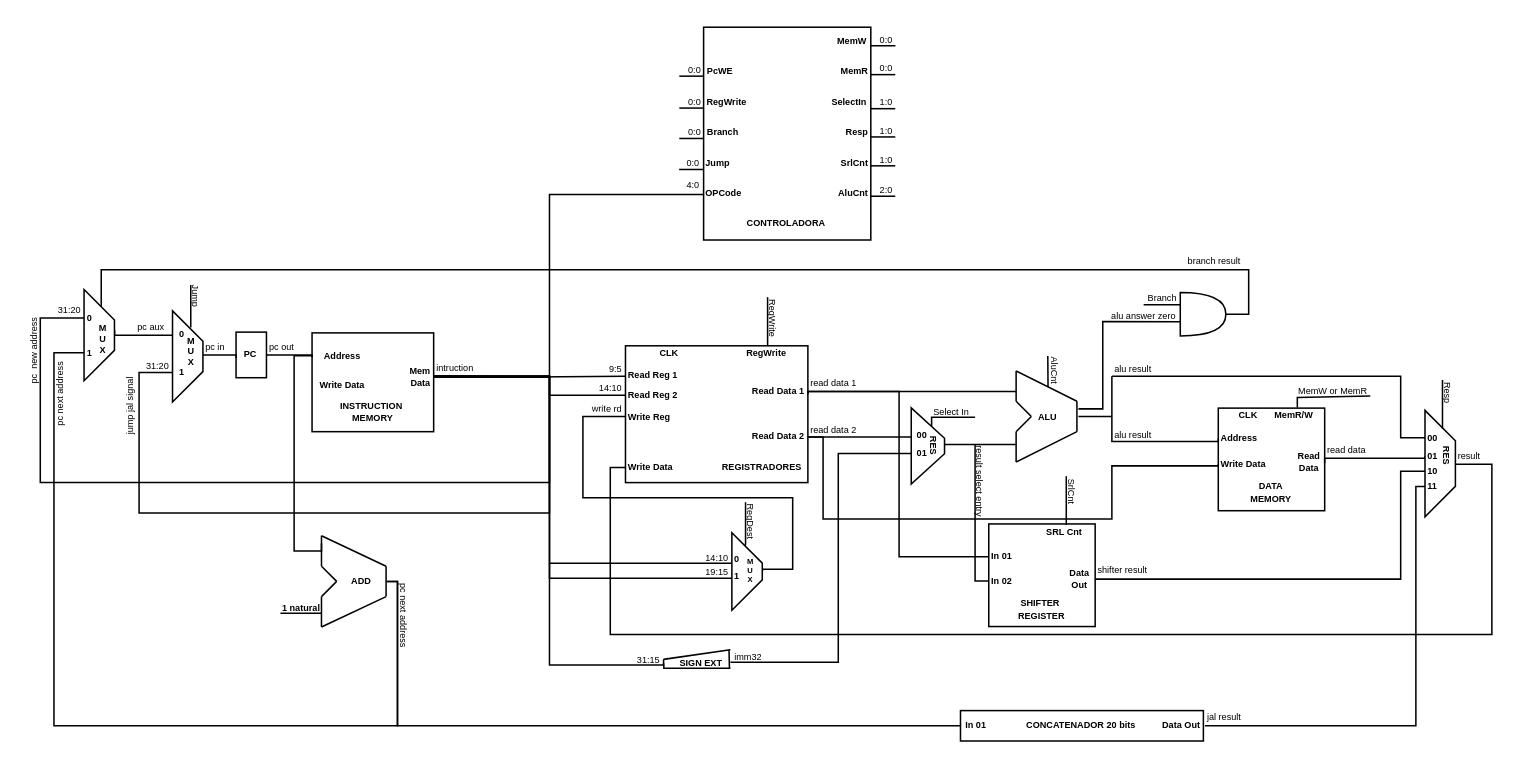
Before: Data Path.drawio in RodolfoLessa/risc-v_basead_CPU, a draw.io diagram. Source tidied: cells renumbered, new cells numbered last; positions are measured from the earlier drawing's top-left corner, leaving out a move shared by most shapes. Both pictures are drawn from the tidied source at 152%, with x=0, y=0 at pixel (-6, 26).
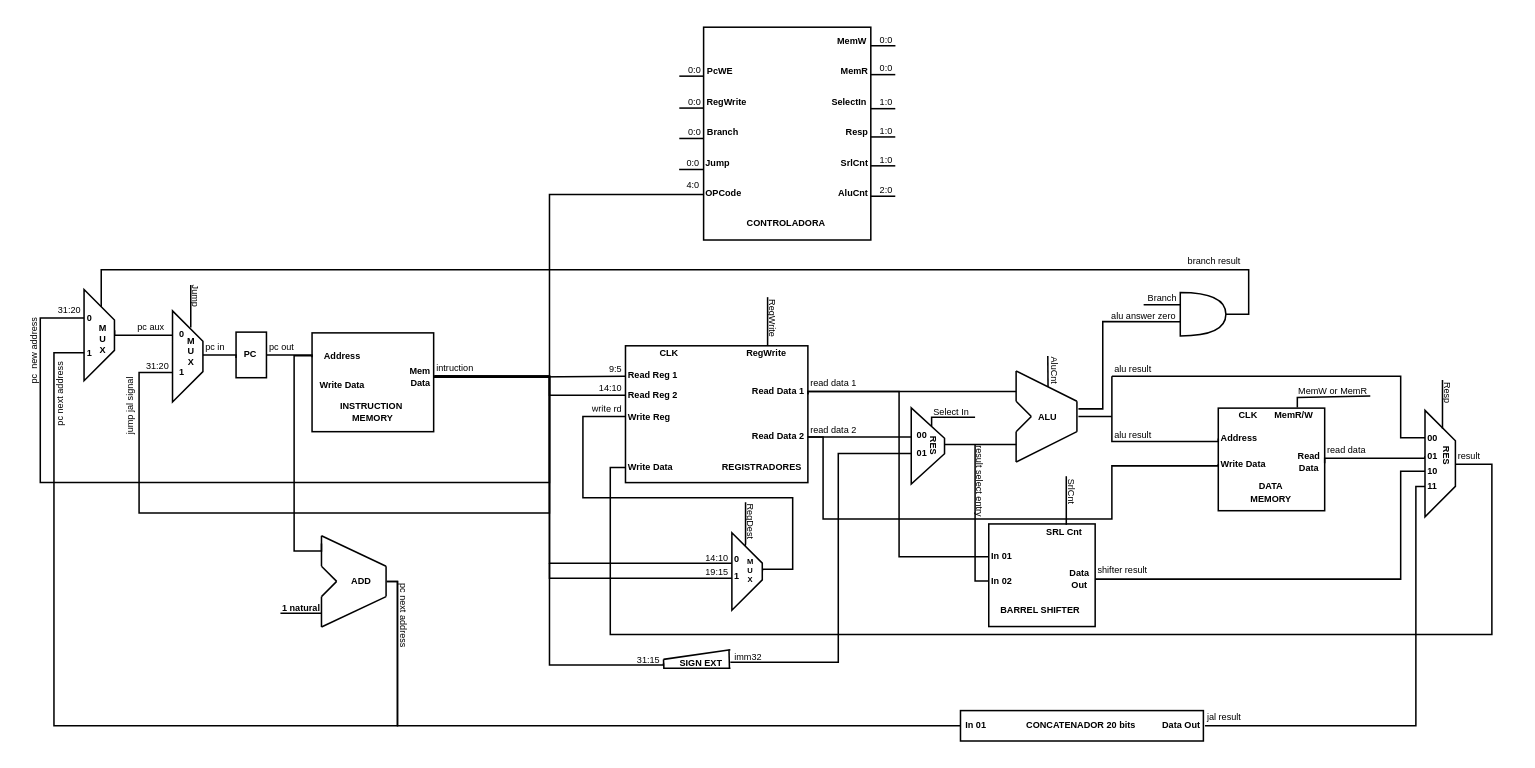
The same diagram, later.

Commit message:
Mudando nome barrel shifter.drawio

Diff of the diagram source:
```diff
@@
-    <mxCell id="108" value="SHIFTER&amp;nbsp;&lt;br&gt;REGISTER" style="text;html=1;strokeColor=none;fillColor=none;align=center;verticalAlign=middle;whiteSpace=wrap;rounded=0;fontSize=6;fontStyle=1;" parent="1" vertex="1">
+    <mxCell id="108" value="BARREL SHIFTER&amp;nbsp;" style="text;html=1;strokeColor=none;fillColor=none;align=center;verticalAlign=middle;whiteSpace=wrap;rounded=0;fontSize=6;fontStyle=1;" parent="1" vertex="1">
       <mxGeometry x="659" y="374.8" width="60" height="17.5" as="geometry" />
     </mxCell>
```
